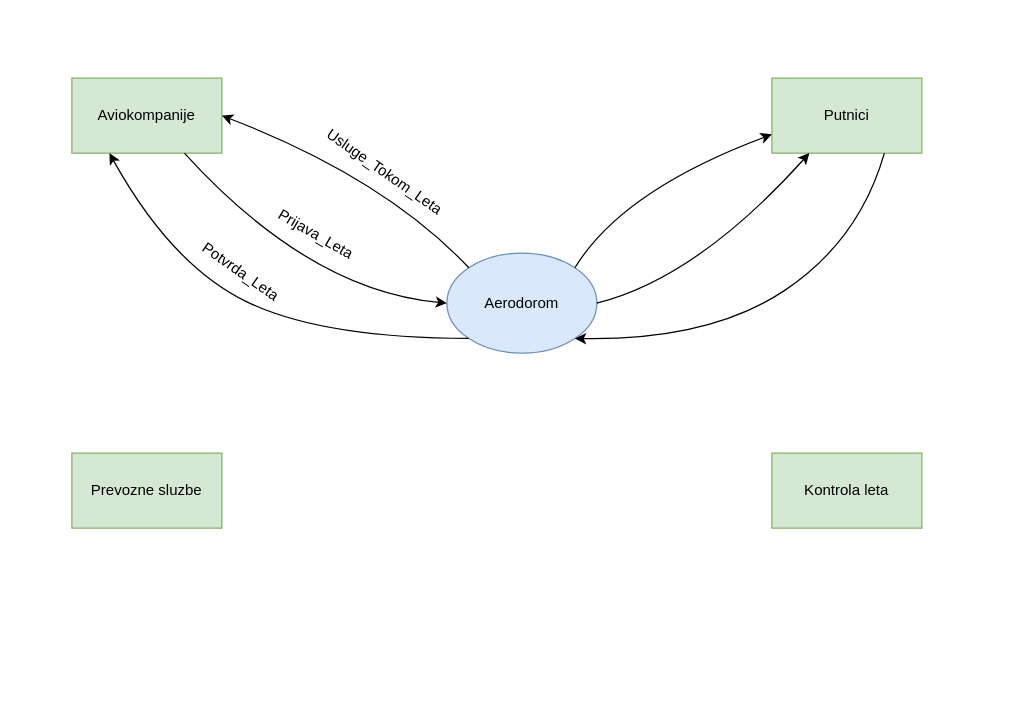
Earlier version of the draw.io diagram page "Page-1" (1 of 2) of AerodromIIS.drawio (ssavic14322rn/Aerodrom_IIS). Source tidied: cells renumbered, new cells numbered last; positions are measured from the earlier drawing's top-left corner, leaving out a move shared by most shapes. Both pictures are drawn from the tidied source at 125%, with x=0, y=0 at pixel (71, 78).
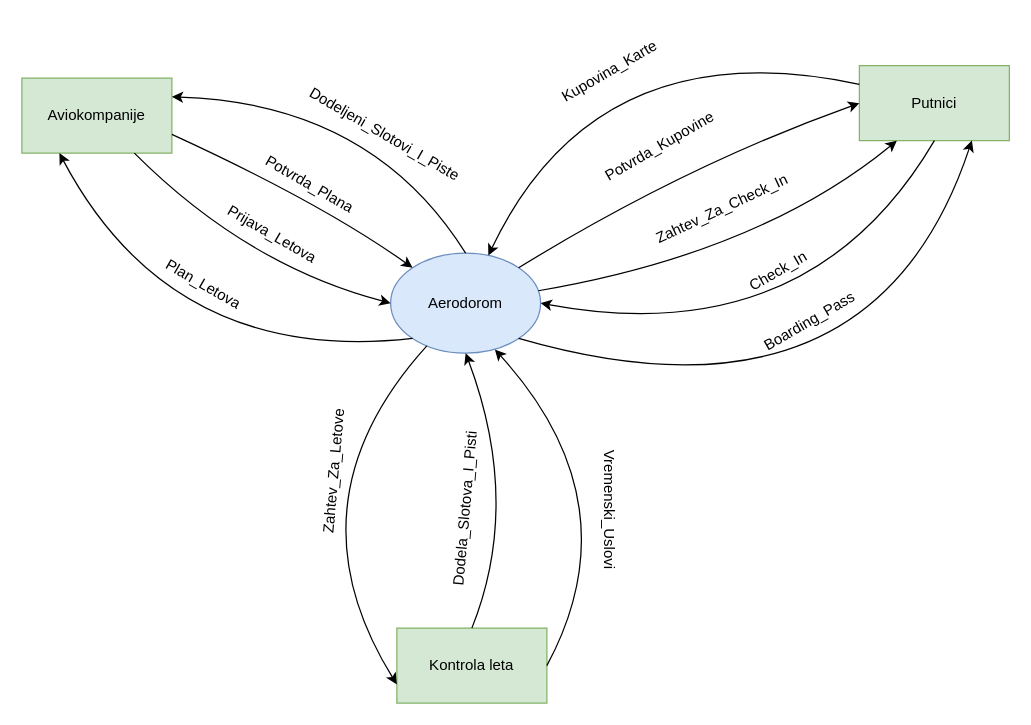
Above is the later version.

The edit, as a diff of the source:
```diff
@@
     <mxCell id="2" value="Aerodorom" style="ellipse;whiteSpace=wrap;html=1;fillColor=#dae8fc;strokeColor=#6c8ebf;" parent="1" vertex="1">
-      <mxGeometry x="300" y="140" width="120" height="80" as="geometry" />
+      <mxGeometry x="255" y="140" width="120" height="80" as="geometry" />
     </mxCell>
     <mxCell id="3" value="Aviokompanije" style="rounded=0;whiteSpace=wrap;html=1;fillColor=#d5e8d4;strokeColor=#82b366;" parent="1" vertex="1">
-      <mxGeometry width="120" height="60" as="geometry" />
+      <mxGeometry x="-40" width="120" height="60" as="geometry" />
     </mxCell>
     <mxCell id="4" value="Putnici" style="rounded=0;whiteSpace=wrap;html=1;fillColor=#d5e8d4;strokeColor=#82b366;" parent="1" vertex="1">
-      <mxGeometry x="560" width="120" height="60" as="geometry" />
+      <mxGeometry x="630" y="-10" width="120" height="60" as="geometry" />
     </mxCell>
-    <mxCell id="5" value="Prevozne sluzbe" style="rounded=0;whiteSpace=wrap;html=1;fillColor=#d5e8d4;strokeColor=#82b366;" parent="1" vertex="1">
-      <mxGeometry y="300" width="120" height="60" as="geometry" />
-    </mxCell>
     <mxCell id="6" value="Kontrola leta" style="rounded=0;whiteSpace=wrap;html=1;fillColor=#d5e8d4;strokeColor=#82b366;" parent="1" vertex="1">
-      <mxGeometry x="560" y="300" width="120" height="60" as="geometry" />
+      <mxGeometry x="260" y="440" width="120" height="60" as="geometry" />
     </mxCell>
-    <mxCell id="7" style="curved=1;endArrow=classic;html=1;rounded=0;exitX=1;exitY=0;exitDx=0;exitDy=0;entryX=0;entryY=0.75;entryDx=0;entryDy=0;" parent="1" edge="1" source="2" target="4">
+    <mxCell id="7" style="curved=1;endArrow=classic;html=1;rounded=0;exitX=0;exitY=0.25;exitDx=0;exitDy=0;" parent="1" edge="1" source="4" target="2">
       <mxGeometry relative="1" as="geometry">
         <Array as="points">
-          <mxPoint x="440" y="90" />
+          <mxPoint x="420" y="-40" />
         </Array>
       </mxGeometry>
     </mxCell>
-    <mxCell id="8" style="curved=1;endArrow=classic;html=1;rounded=0;exitX=1;exitY=0.5;exitDx=0;exitDy=0;entryX=0.25;entryY=1;entryDx=0;entryDy=0;" parent="1" edge="1" source="2" target="4">
+    <mxCell id="8" style="curved=1;endArrow=classic;html=1;rounded=0;entryX=0;entryY=0.5;entryDx=0;entryDy=0;exitX=1;exitY=0;exitDx=0;exitDy=0;" parent="1" edge="1" source="2" target="4">
       <mxGeometry relative="1" as="geometry">
         <Array as="points">
-          <mxPoint x="500" y="160" />
+          <mxPoint x="490" y="70" />
         </Array>
       </mxGeometry>
     </mxCell>
-    <mxCell id="9" style="curved=1;endArrow=classic;html=1;rounded=0;entryX=1;entryY=0.5;entryDx=0;entryDy=0;exitX=0;exitY=0;exitDx=0;exitDy=0;" parent="1" edge="1" source="2" target="3">
+    <mxCell id="9" style="curved=1;endArrow=classic;html=1;rounded=0;entryX=1;entryY=0.25;entryDx=0;entryDy=0;exitX=0.5;exitY=0;exitDx=0;exitDy=0;" parent="1" edge="1" source="2" target="3">
       <mxGeometry relative="1" as="geometry">
         <Array as="points">
-          <mxPoint x="250" y="80" />
+          <mxPoint x="240" y="20" />
         </Array>
       </mxGeometry>
     </mxCell>
-    <mxCell id="10" value="Usluge_Tokom_Leta" style="text;html=1;align=center;verticalAlign=middle;strokeColor=none;fillColor=none;rotation=35;" parent="1" vertex="1">
-      <mxGeometry x="185" y="60" width="130" height="30" as="geometry" />
+    <mxCell id="10" value="Dodeljeni_Slotovi_I_Piste" style="text;html=1;align=center;verticalAlign=middle;strokeColor=none;fillColor=none;rotation=30;" parent="1" vertex="1">
+      <mxGeometry x="170" y="30" width="160" height="30" as="geometry" />
     </mxCell>
-    <mxCell id="11" style="curved=1;endArrow=classic;html=1;rounded=0;entryX=0;entryY=0.5;entryDx=0;entryDy=0;exitX=0.75;exitY=1;exitDx=0;exitDy=0;" parent="1" edge="1" source="3" target="2">
+    <mxCell id="11" style="curved=1;endArrow=classic;html=1;rounded=0;exitX=0.75;exitY=1;exitDx=0;exitDy=0;entryX=0;entryY=0.5;entryDx=0;entryDy=0;" parent="1" edge="1" source="3" target="2">
       <mxGeometry relative="1" as="geometry">
         <Array as="points">
-          <mxPoint x="190" y="170" />
+          <mxPoint x="140" y="150" />
         </Array>
       </mxGeometry>
     </mxCell>
-    <mxCell id="12" value="Prijava_Leta" style="text;html=1;align=center;verticalAlign=middle;strokeColor=none;fillColor=none;rotation=30;" parent="1" vertex="1">
-      <mxGeometry x="150" y="110" width="90" height="30" as="geometry" />
+    <mxCell id="12" value="Prijava_Letova" style="text;html=1;align=center;verticalAlign=middle;strokeColor=none;fillColor=none;rotation=30;" parent="1" vertex="1">
+      <mxGeometry x="110" y="110" width="100" height="30" as="geometry" />
     </mxCell>
     <mxCell id="13" style="curved=1;endArrow=classic;html=1;rounded=0;entryX=0.25;entryY=1;entryDx=0;entryDy=0;exitX=0;exitY=1;exitDx=0;exitDy=0;" parent="1" edge="1" source="2" target="3">
       <mxGeometry relative="1" as="geometry">
         <Array as="points">
-          <mxPoint x="200" y="208" />
-          <mxPoint x="80" y="150" />
+          <mxPoint x="80" y="230" />
         </Array>
       </mxGeometry>
     </mxCell>
-    <mxCell id="14" value="Potvrda_Leta" style="text;html=1;align=center;verticalAlign=middle;strokeColor=none;fillColor=none;rotation=35;" parent="1" vertex="1">
-      <mxGeometry x="90" y="140" width="90" height="30" as="geometry" />
+    <mxCell id="14" value="Plan_Letova" style="text;html=1;align=center;verticalAlign=middle;strokeColor=none;fillColor=none;rotation=30;" parent="1" vertex="1">
+      <mxGeometry x="60" y="150" width="90" height="30" as="geometry" />
     </mxCell>
-    <mxCell id="15" style="curved=1;endArrow=classic;html=1;rounded=0;entryX=1;entryY=1;entryDx=0;entryDy=0;exitX=0.75;exitY=1;exitDx=0;exitDy=0;" parent="1" edge="1" source="4" target="2">
+    <mxCell id="15" style="curved=1;endArrow=classic;html=1;rounded=0;entryX=1;entryY=0.5;entryDx=0;entryDy=0;exitX=0.5;exitY=1;exitDx=0;exitDy=0;" parent="1" edge="1" source="4" target="2">
       <mxGeometry relative="1" as="geometry">
         <Array as="points">
-          <mxPoint x="630" y="130" />
-          <mxPoint x="510" y="210" />
+          <mxPoint x="590" y="220" />
         </Array>
       </mxGeometry>
     </mxCell>
+    <mxCell id="16" style="curved=1;endArrow=classic;html=1;rounded=0;exitX=0.5;exitY=0;exitDx=0;exitDy=0;entryX=0.5;entryY=1;entryDx=0;entryDy=0;" parent="1" edge="1" source="6" target="2">
+      <mxGeometry relative="1" as="geometry">
+        <Array as="points">
+          <mxPoint x="360" y="340" />
+        </Array>
+      </mxGeometry>
+    </mxCell>
+    <mxCell id="17" value="Dodela_Slotova_I_Pisti" style="text;html=1;align=center;verticalAlign=middle;strokeColor=none;fillColor=none;rotation=-85;" parent="1" vertex="1">
+      <mxGeometry x="240" y="330" width="150" height="30" as="geometry" />
+    </mxCell>
+    <mxCell id="18" style="curved=1;endArrow=classic;html=1;rounded=0;entryX=0;entryY=0.75;entryDx=0;entryDy=0;" parent="1" edge="1" source="2" target="6">
+      <mxGeometry relative="1" as="geometry">
+        <Array as="points">
+          <mxPoint x="170" y="340" />
+        </Array>
+      </mxGeometry>
+    </mxCell>
+    <mxCell id="19" value="Zahtev_Za_Letove" style="text;html=1;align=center;verticalAlign=middle;strokeColor=none;fillColor=none;rotation=-85;" parent="1" vertex="1">
+      <mxGeometry x="150" y="300" width="120" height="30" as="geometry" />
+    </mxCell>
+    <mxCell id="20" value="Kupovina_Karte" style="text;html=1;align=center;verticalAlign=middle;strokeColor=none;fillColor=none;rotation=-30;" parent="1" vertex="1">
+      <mxGeometry x="375" y="-20" width="110" height="30" as="geometry" />
+    </mxCell>
+    <mxCell id="21" value="Check_In" style="text;html=1;align=center;verticalAlign=middle;strokeColor=none;fillColor=none;rotation=-30;" parent="1" vertex="1">
+      <mxGeometry x="530" y="140" width="70" height="30" as="geometry" />
+    </mxCell>
+    <mxCell id="22" value="Potvrda_Kupovine" style="text;html=1;align=center;verticalAlign=middle;strokeColor=none;fillColor=none;rotation=-30;" parent="1" vertex="1">
+      <mxGeometry x="410" y="40" width="120" height="30" as="geometry" />
+    </mxCell>
+    <mxCell id="23" style="curved=1;endArrow=classic;html=1;rounded=0;entryX=0.75;entryY=1;entryDx=0;entryDy=0;exitX=1;exitY=1;exitDx=0;exitDy=0;" parent="1" edge="1" source="2" target="4">
+      <mxGeometry relative="1" as="geometry">
+        <Array as="points">
+          <mxPoint x="640" y="290" />
+        </Array>
+      </mxGeometry>
+    </mxCell>
+    <mxCell id="24" value="Boarding_Pass" style="text;html=1;align=center;verticalAlign=middle;strokeColor=none;fillColor=none;rotation=-30;" parent="1" vertex="1">
+      <mxGeometry x="540" y="180" width="100" height="30" as="geometry" />
+    </mxCell>
+    <mxCell id="25" value="Vremenski_Uslovi" style="text;html=1;align=center;verticalAlign=middle;strokeColor=none;fillColor=none;rotation=90;" parent="1" vertex="1">
+      <mxGeometry x="370" y="330" width="120" height="30" as="geometry" />
+    </mxCell>
+    <mxCell id="26" style="curved=1;endArrow=classic;html=1;rounded=0;exitX=1;exitY=0.5;exitDx=0;exitDy=0;entryX=0.695;entryY=0.963;entryDx=0;entryDy=0;entryPerimeter=0;" parent="1" edge="1" source="6" target="2">
+      <mxGeometry relative="1" as="geometry">
+        <Array as="points">
+          <mxPoint x="450" y="340" />
+        </Array>
+      </mxGeometry>
+    </mxCell>
+    <mxCell id="27" style="curved=1;endArrow=classic;html=1;rounded=0;entryX=0.25;entryY=1;entryDx=0;entryDy=0;" parent="1" edge="1" source="2" target="4">
+      <mxGeometry relative="1" as="geometry">
+        <Array as="points">
+          <mxPoint x="550" y="140" />
+        </Array>
+      </mxGeometry>
+    </mxCell>
+    <mxCell id="28" value="Zahtev_Za_Check_In" style="text;html=1;align=center;verticalAlign=middle;strokeColor=none;fillColor=none;rotation=-25;" parent="1" vertex="1">
+      <mxGeometry x="450" y="90" width="140" height="30" as="geometry" />
+    </mxCell>
+    <mxCell id="29" style="curved=1;endArrow=classic;html=1;rounded=0;exitX=1;exitY=0.75;exitDx=0;exitDy=0;entryX=0;entryY=0;entryDx=0;entryDy=0;" parent="1" edge="1" source="3" target="2">
+      <mxGeometry relative="1" as="geometry">
+        <Array as="points">
+          <mxPoint x="200" y="100" />
+        </Array>
+      </mxGeometry>
+    </mxCell>
+    <mxCell id="30" value="Potvrda_Plana" style="text;html=1;align=center;verticalAlign=middle;strokeColor=none;fillColor=none;rotation=30;" parent="1" vertex="1">
+      <mxGeometry x="140" y="70" width="100" height="30" as="geometry" />
+    </mxCell>
```
